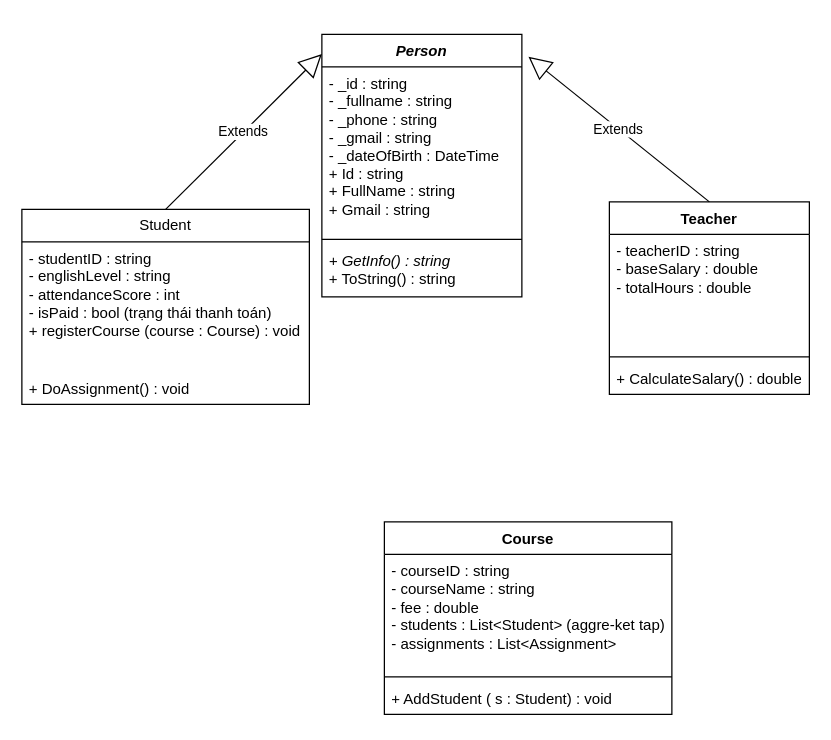
This is Class_Diagram_QL_TrungTam_TA.drawio from ngocyen06/OOP_QL_Trung_tam_Tieng_Anh, a draw.io file, before an edit. Source tidied: cells renumbered, new cells numbered last; positions are measured from the earlier drawing's top-left corner, leaving out a move shared by most shapes. Both pictures are drawn from the tidied source at 125%, with x=0, y=0 at pixel (21, 34).
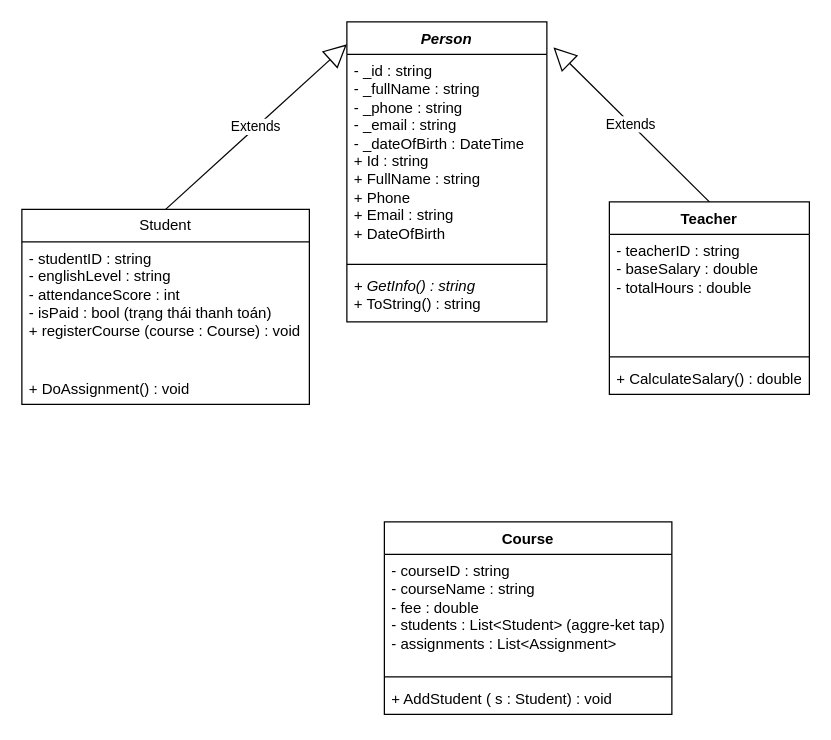
The same diagram, later.

The edit, as a diff of the source:
```diff
@@
 <mxGraphModel>
   <root>
     <mxCell id="0" />
     <mxCell id="1" parent="0" />
     <mxCell id="2" value="&lt;i&gt;Person&lt;/i&gt;" style="swimlane;fontStyle=1;align=center;verticalAlign=top;horizontal=1;startSize=26;whiteSpace=wrap;html=1;" parent="1" vertex="1">
-      <mxGeometry x="240" width="160" height="210" as="geometry" />
+      <mxGeometry x="260" y="-10" width="160" height="240" as="geometry" />
     </mxCell>
-    <mxCell id="3" value="- _id : string&lt;div&gt;- _fullname : string&lt;/div&gt;&lt;div&gt;- _phone : string&lt;/div&gt;&lt;div&gt;- _gmail : string&lt;/div&gt;&lt;div&gt;- _dateOfBirth : DateTime&lt;/div&gt;&lt;div&gt;+ Id : string&lt;/div&gt;&lt;div&gt;+ FullName : string&lt;/div&gt;&lt;div&gt;+ Gmail : string&lt;/div&gt;&lt;div&gt;&lt;br&gt;&lt;/div&gt;&lt;div&gt;&lt;br&gt;&lt;/div&gt;" style="text;strokeColor=none;fillColor=none;align=left;verticalAlign=top;spacingLeft=4;spacingRight=4;overflow=hidden;whiteSpace=wrap;html=1;" parent="2" vertex="1">
-      <mxGeometry y="26" width="160" height="134" as="geometry" />
+    <mxCell id="3" value="- _id : string&lt;div&gt;- _fullName : string&lt;/div&gt;&lt;div&gt;- _phone : string&lt;/div&gt;&lt;div&gt;- _email : string&lt;/div&gt;&lt;div&gt;- _dateOfBirth : DateTime&lt;/div&gt;&lt;div&gt;+ Id : string&lt;/div&gt;&lt;div&gt;+ FullName : string&lt;/div&gt;&lt;div&gt;+ Phone&lt;/div&gt;&lt;div&gt;+ Email : string&lt;/div&gt;&lt;div&gt;+ DateOfBirth&lt;/div&gt;&lt;div&gt;&lt;br&gt;&lt;/div&gt;&lt;div&gt;&lt;br&gt;&lt;/div&gt;" style="text;strokeColor=none;fillColor=none;align=left;verticalAlign=top;spacingLeft=4;spacingRight=4;overflow=hidden;whiteSpace=wrap;html=1;" parent="2" vertex="1">
+      <mxGeometry y="26" width="160" height="164" as="geometry" />
     </mxCell>
     <mxCell id="4" style="line;strokeWidth=1;fillColor=none;align=left;verticalAlign=middle;spacingTop=-1;spacingLeft=3;spacingRight=3;labelPosition=right;strokeColor=inherit;" parent="2" vertex="1">
-      <mxGeometry y="160" width="160" height="8" as="geometry" />
+      <mxGeometry y="190" width="160" height="8" as="geometry" />
     </mxCell>
     <mxCell id="5" value="&lt;i&gt;+ GetInfo() : string&lt;/i&gt;&lt;div&gt;+ ToString() : string&amp;nbsp;&lt;/div&gt;" style="text;strokeColor=none;fillColor=none;align=left;verticalAlign=top;spacingLeft=4;spacingRight=4;overflow=hidden;whiteSpace=wrap;html=1;" parent="2" vertex="1">
-      <mxGeometry y="168" width="160" height="42" as="geometry" />
+      <mxGeometry y="198" width="160" height="42" as="geometry" />
     </mxCell>
     <mxCell id="6" value="Student" style="swimlane;fontStyle=0;horizontal=1;startSize=26;fillColor=none;whiteSpace=wrap;html=1;" parent="1" vertex="1">
       <mxGeometry y="140" width="230" height="156" as="geometry" />
     </mxCell>
     <mxCell id="7" value="- studentID : string&lt;div&gt;- englishLevel : string&lt;/div&gt;&lt;div&gt;- attendanceScore : int&lt;/div&gt;&lt;div&gt;- isPaid : bool (trạng thái thanh toán)&lt;/div&gt;&lt;div&gt;+ registerCourse (course : Course) : void&lt;/div&gt;&lt;div&gt;&lt;br&gt;&lt;/div&gt;" style="text;strokeColor=none;fillColor=none;align=left;verticalAlign=top;spacingLeft=4;spacingRight=4;overflow=hidden;whiteSpace=wrap;html=1;" parent="6" vertex="1">
       <mxGeometry y="26" width="230" height="104" as="geometry" />
     </mxCell>
     <mxCell id="8" value="+ DoAssignment() : void" style="text;strokeColor=none;fillColor=none;align=left;verticalAlign=top;spacingLeft=4;spacingRight=4;overflow=hidden;whiteSpace=wrap;html=1;" parent="6" vertex="1">
       <mxGeometry y="130" width="230" height="26" as="geometry" />
     </mxCell>
     <mxCell id="9" value="Extends" style="endArrow=block;endSize=16;endFill=0;html=1;rounded=0;entryX=0;entryY=0.075;entryDx=0;entryDy=0;entryPerimeter=0;exitX=0.5;exitY=0;exitDx=0;exitDy=0;" parent="1" edge="1" source="6" target="2">
       <mxGeometry relative="1" as="geometry" />
     </mxCell>
     <mxCell id="10" value="Teacher" style="swimlane;fontStyle=1;align=center;verticalAlign=top;horizontal=1;startSize=26;whiteSpace=wrap;html=1;" parent="1" vertex="1">
       <mxGeometry x="470" y="134" width="160" height="154" as="geometry" />
     </mxCell>
     <mxCell id="11" value="- teacherID : string&lt;div&gt;- baseSalary : double&lt;/div&gt;&lt;div&gt;- totalHours : double&lt;/div&gt;" style="text;strokeColor=none;fillColor=none;align=left;verticalAlign=top;spacingLeft=4;spacingRight=4;overflow=hidden;whiteSpace=wrap;html=1;" parent="10" vertex="1">
       <mxGeometry y="26" width="160" height="94" as="geometry" />
     </mxCell>
     <mxCell id="12" style="line;strokeWidth=1;fillColor=none;align=left;verticalAlign=middle;spacingTop=-1;spacingLeft=3;spacingRight=3;labelPosition=right;strokeColor=inherit;" parent="10" vertex="1">
       <mxGeometry y="120" width="160" height="8" as="geometry" />
     </mxCell>
     <mxCell id="13" value="+ CalculateSalary() : double" style="text;strokeColor=none;fillColor=none;align=left;verticalAlign=top;spacingLeft=4;spacingRight=4;overflow=hidden;whiteSpace=wrap;html=1;" parent="10" vertex="1">
       <mxGeometry y="128" width="160" height="26" as="geometry" />
     </mxCell>
     <mxCell id="14" value="Extends" style="endArrow=block;endSize=16;endFill=0;html=1;rounded=0;entryX=1.033;entryY=0.085;entryDx=0;entryDy=0;entryPerimeter=0;exitX=0.5;exitY=0;exitDx=0;exitDy=0;" parent="1" edge="1" source="10" target="2">
       <mxGeometry relative="1" as="geometry" />
     </mxCell>
     <mxCell id="15" value="Course" style="swimlane;fontStyle=1;align=center;verticalAlign=top;horizontal=1;startSize=26;whiteSpace=wrap;html=1;" parent="1" vertex="1">
       <mxGeometry x="290" y="390" width="230" height="154" as="geometry" />
     </mxCell>
     <mxCell id="16" value="- courseID : string&lt;div&gt;- courseName : string&lt;/div&gt;&lt;div&gt;- fee : double&lt;/div&gt;&lt;div&gt;- students : List&amp;lt;Student&amp;gt; (aggre-ket tap)&lt;/div&gt;&lt;div&gt;- assignments : List&amp;lt;Assignment&amp;gt;&lt;/div&gt;&lt;div&gt;&lt;br&gt;&lt;/div&gt;" style="text;strokeColor=none;fillColor=none;align=left;verticalAlign=top;spacingLeft=4;spacingRight=4;overflow=hidden;whiteSpace=wrap;html=1;" parent="15" vertex="1">
       <mxGeometry y="26" width="230" height="94" as="geometry" />
     </mxCell>
     <mxCell id="17" style="line;strokeWidth=1;fillColor=none;align=left;verticalAlign=middle;spacingTop=-1;spacingLeft=3;spacingRight=3;labelPosition=right;strokeColor=inherit;" parent="15" vertex="1">
       <mxGeometry y="120" width="230" height="8" as="geometry" />
     </mxCell>
     <mxCell id="18" value="+ AddStudent ( s : Student) : void" style="text;strokeColor=none;fillColor=none;align=left;verticalAlign=top;spacingLeft=4;spacingRight=4;overflow=hidden;whiteSpace=wrap;html=1;" parent="15" vertex="1">
       <mxGeometry y="128" width="230" height="26" as="geometry" />
     </mxCell>
   </root>
 </mxGraphModel>
```
